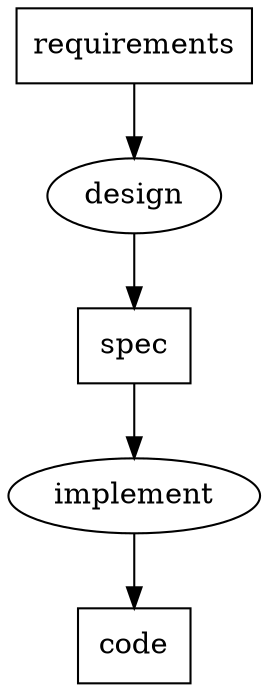
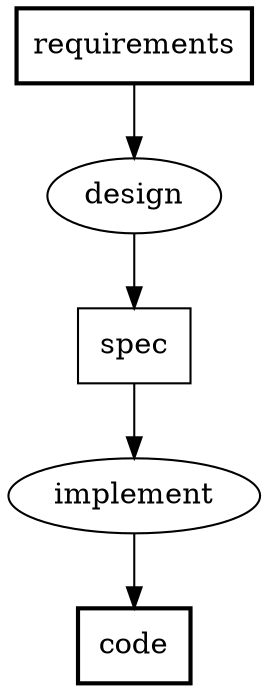
digraph PFDSL {
  rankdir=TB;
  newrank=true;

-   "code" [shape=box, label="code"];
+   "code" [shape=box, label="code", penwidth="2"];
  "design" [shape=ellipse, label="design"];
  "implement" [shape=ellipse, label="implement"];
-   "requirements" [shape=box, label="requirements"];
+   "requirements" [shape=box, label="requirements", penwidth="2"];
  "spec" [shape=box, label="spec"];

  "requirements" -> "design";
  "design" -> "spec";
  "spec" -> "implement";
  "implement" -> "code";
}
